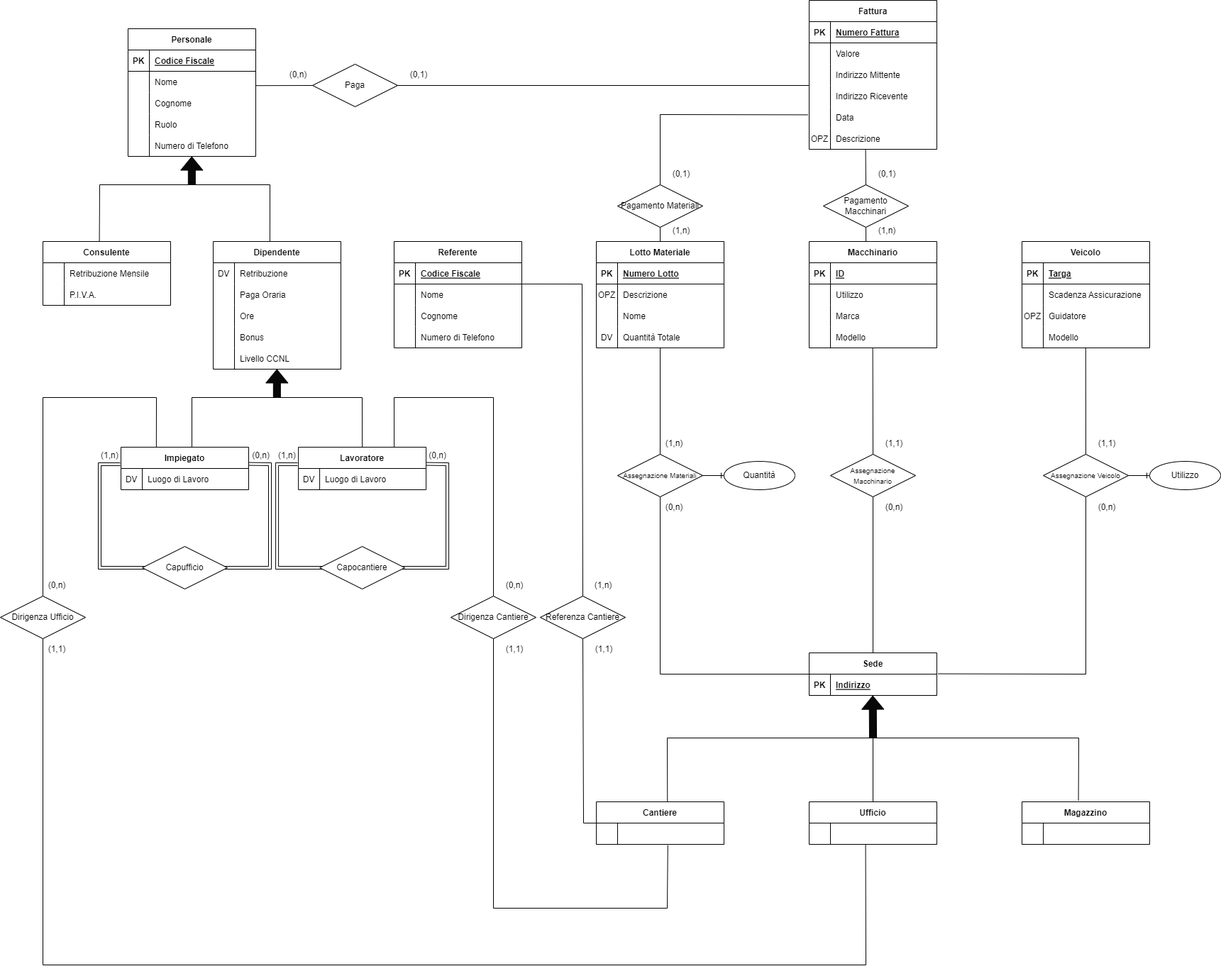
Above: Immagine Diagramma ER.png in JacopoPassariello/BD2022 (draw.io), before the change. Source tidied: cells renumbered, new cells last; positions are measured from the earlier drawing's top-left corner, leaving out a move shared by most shapes.
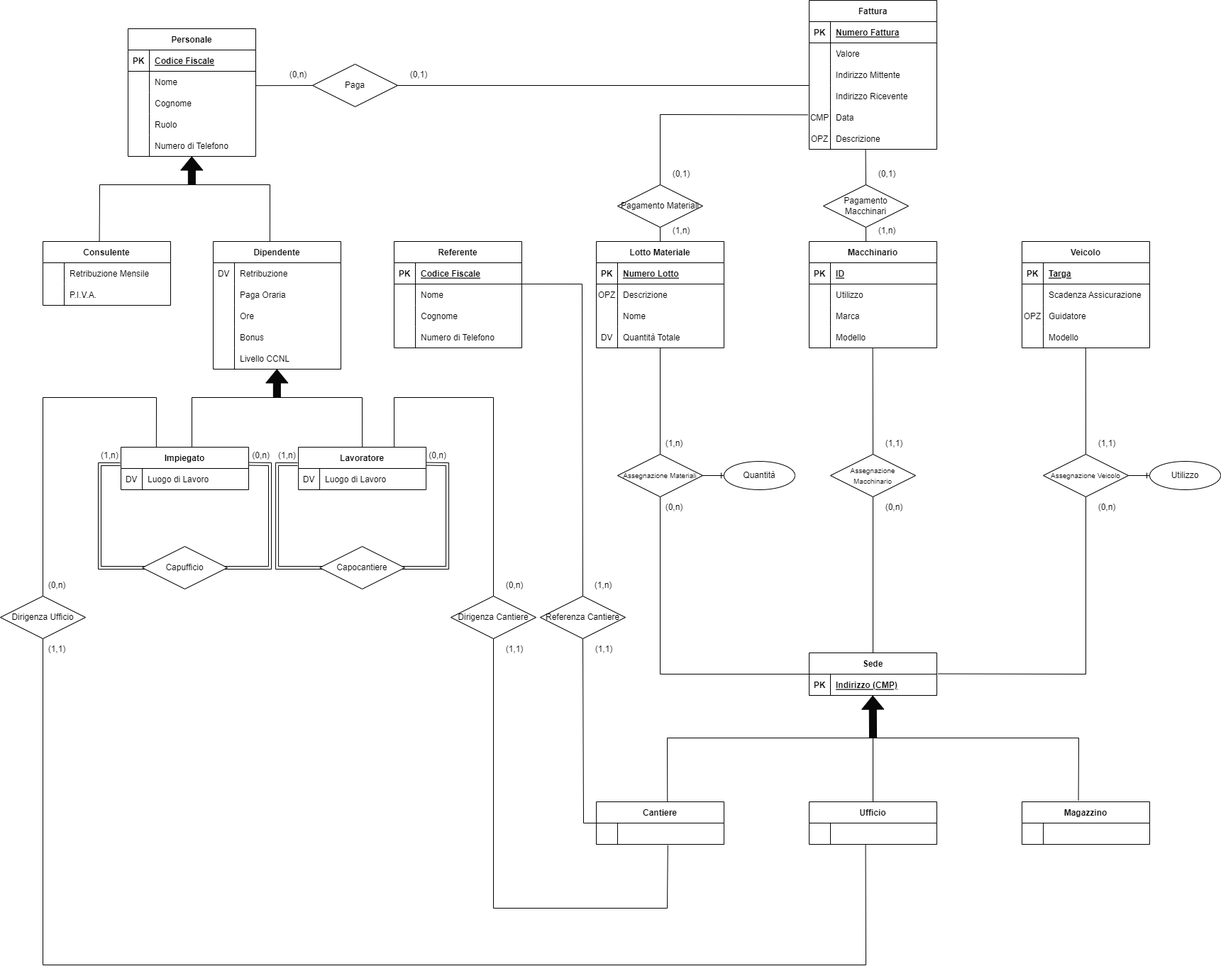
The same file after the commit.

Change to the diagram source:
```diff
@@ -369,7 +369,7 @@
     <mxCell id="106" value="PK" style="shape=partialRectangle;fillColor=none;top=0;left=0;bottom=0;right=0;fontStyle=1;overflow=hidden;" parent="105" vertex="1">
       <mxGeometry width="30" height="30" as="geometry" />
     </mxCell>
-    <mxCell id="107" value="Indirizzo" style="shape=partialRectangle;fillColor=none;top=0;left=0;bottom=0;right=0;align=left;spacingLeft=6;fontStyle=5;overflow=hidden;" parent="105" vertex="1">
+    <mxCell id="107" value="Indirizzo (CMP)" style="shape=partialRectangle;fillColor=none;top=0;left=0;bottom=0;right=0;align=left;spacingLeft=6;fontStyle=5;overflow=hidden;" parent="105" vertex="1">
       <mxGeometry x="30" width="150" height="30" as="geometry" />
     </mxCell>
     <mxCell id="108" value="&lt;font style=&quot;font-size: 10px;&quot;&gt;Assegnazione Materiali&lt;/font&gt;" style="shape=rhombus;perimeter=rhombusPerimeter;whiteSpace=wrap;html=1;align=center;" parent="1" vertex="1">
@@ -581,7 +581,7 @@
     <mxCell id="163" style="shape=tableRow;horizontal=0;startSize=0;swimlaneHead=0;swimlaneBody=0;fillColor=none;points=[[0,0.5],[1,0.5]];portConstraint=eastwest;top=0;left=0;right=0;bottom=0;" parent="150" vertex="1">
       <mxGeometry y="150" width="180" height="30" as="geometry" />
     </mxCell>
-    <mxCell id="164" style="shape=partialRectangle;fillColor=none;top=0;left=0;bottom=0;right=0;overflow=hidden;" parent="163" vertex="1">
+    <mxCell id="164" value="CMP" style="shape=partialRectangle;fillColor=none;top=0;left=0;bottom=0;right=0;overflow=hidden;" parent="163" vertex="1">
       <mxGeometry width="30" height="30" as="geometry" />
     </mxCell>
     <mxCell id="165" value="Data" style="shape=partialRectangle;fillColor=none;top=0;left=0;bottom=0;right=0;align=left;spacingLeft=6;overflow=hidden;" parent="163" vertex="1">
```
